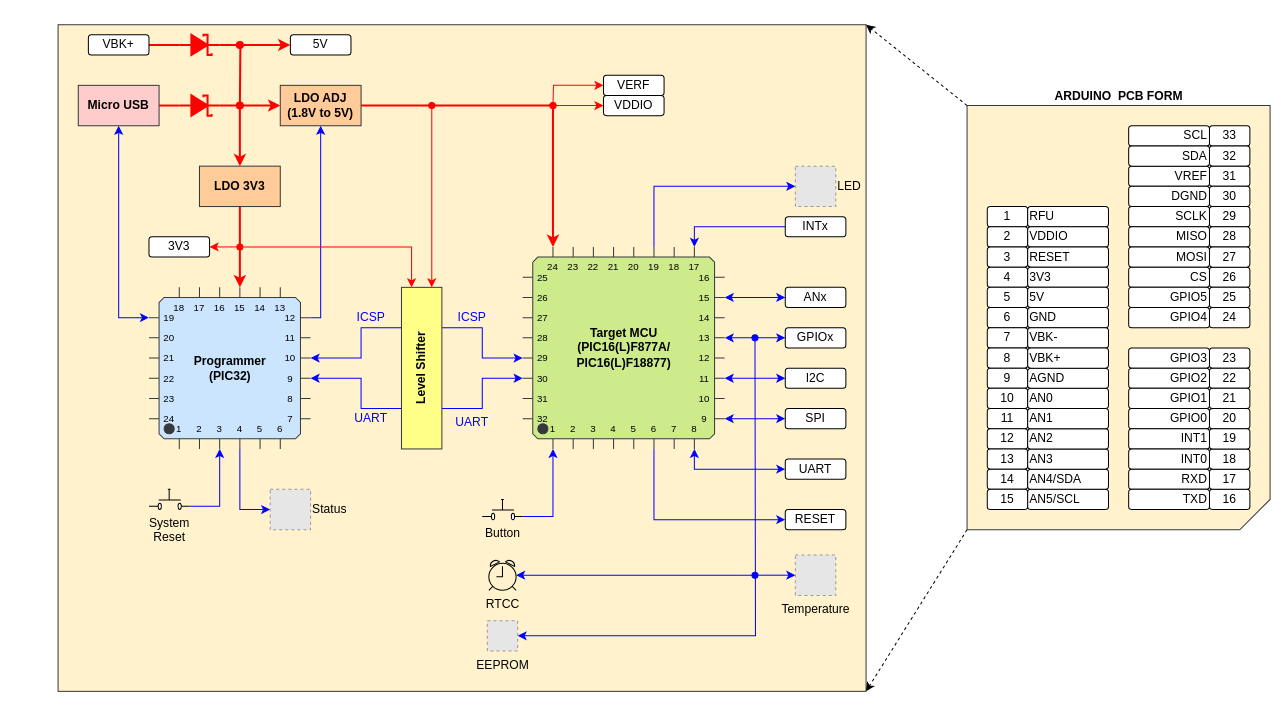
Before: Docs/Untitled Diagram.drawio in sampidevkit/PIC16FDevKit, a draw.io diagram. Source tidied: cells renumbered, new cells numbered last; positions are measured from the earlier drawing's top-left corner, leaving out a move shared by most shapes. Both pictures are drawn from the tidied source at 101%, with x=0, y=0 at pixel (58, 24). Pictures stored in the file or linked from it are replaced by grey dashed boxes.
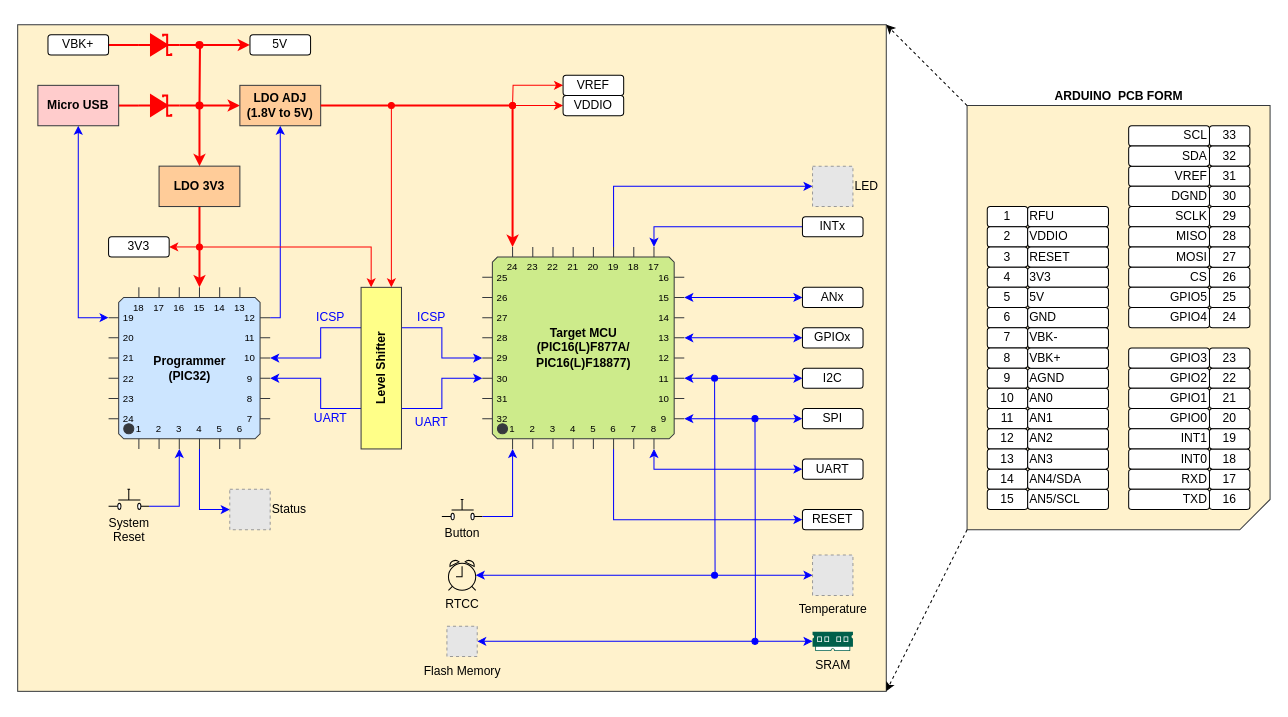
The same diagram, later.

What changed in the source:
```diff
@@
     <mxCell id="2" style="rounded=0;whiteSpace=wrap;html=1;strokeColor=#36393d;strokeWidth=1;align=center;fillColor=#FFF2CC;" parent="1" vertex="1">
-      <mxGeometry width="800" height="660" as="geometry" />
+      <mxGeometry x="-40" width="860" height="660" as="geometry" />
     </mxCell>
@@
     <mxCell id="6" style="edgeStyle=orthogonalEdgeStyle;rounded=0;jettySize=auto;html=1;exitX=1;exitY=0;exitDx=0;exitDy=90;exitPerimeter=0;entryX=0;entryY=0.75;entryDx=0;entryDy=0;startArrow=classic;startFill=1;endArrow=none;endFill=0;strokeWidth=1;strokeColor=#0000FF;" parent="1" edge="1" source="10" target="89">
       <mxGeometry relative="1" as="geometry">
         <Array as="points">
-          <mxPoint x="300" y="350" />
-          <mxPoint x="300" y="380" />
+          <mxPoint x="260" y="350" />
+          <mxPoint x="260" y="380" />
         </Array>
       </mxGeometry>
     </mxCell>
     <mxCell id="7" style="edgeStyle=orthogonalEdgeStyle;rounded=0;jettySize=auto;html=1;exitX=1;exitY=0;exitDx=0;exitDy=30;exitPerimeter=0;entryX=0.5;entryY=1;entryDx=0;entryDy=0;startArrow=none;startFill=0;endArrow=classic;endFill=1;strokeWidth=1;fontColor=#0000FF;strokeColor=#0000FF;" parent="1" edge="1" source="10" target="18">
       <mxGeometry relative="1" as="geometry">
         <Array as="points">
-          <mxPoint x="260" y="290" />
+          <mxPoint x="220" y="290" />
         </Array>
       </mxGeometry>
     </mxCell>
@@
     <mxCell id="10" value="Programmer&lt;br&gt;(PIC32)" style="shadow=0;dashed=0;align=center;html=1;strokeWidth=1;shape=mxgraph.electrical.logic_gates.qfp_ic;labelNames=a,b,c,d,e,f,g,h,i,j,k,l,m,n,o,p,q,r,s,t,u,v,w,x,y,z,a1,b1,c1,d1,e1,f1,g1,h1,i1,j1,k1,l1,m1,n1;fontStyle=1;flipV=0;flipH=0;fillColor=#cce5ff;strokeColor=#36393d;" parent="1" vertex="1">
-      <mxGeometry x="90" y="260" width="160" height="160" as="geometry" />
+      <mxGeometry x="50" y="260" width="160" height="160" as="geometry" />
     </mxCell>
@@
     <mxCell id="13" value="Micro USB" style="rounded=0;whiteSpace=wrap;html=1;fontStyle=1;fillColor=#ffcccc;strokeColor=#36393d;" parent="1" vertex="1">
-      <mxGeometry x="20" y="60" width="80" height="40" as="geometry" />
+      <mxGeometry x="-20" y="60" width="80" height="40" as="geometry" />
     </mxCell>
     <mxCell id="14" style="edgeStyle=orthogonalEdgeStyle;rounded=0;jettySize=auto;html=1;endArrow=oval;endFill=1;startArrow=classic;startFill=1;strokeColor=#FF0000;strokeWidth=2;" parent="1" edge="1" source="16">
       <mxGeometry relative="1" as="geometry">
-        <mxPoint x="180" y="80" as="targetPoint" />
+        <mxPoint x="140" y="80" as="targetPoint" />
       </mxGeometry>
     </mxCell>
@@
     <mxCell id="16" value="LDO 3V3" style="rounded=0;whiteSpace=wrap;html=1;fontStyle=1;fillColor=#ffcc99;strokeColor=#36393d;" parent="1" vertex="1">
-      <mxGeometry x="140" y="140" width="80" height="40" as="geometry" />
+      <mxGeometry x="100" y="140" width="80" height="40" as="geometry" />
     </mxCell>
     <mxCell id="17" style="edgeStyle=orthogonalEdgeStyle;rounded=0;jettySize=auto;html=1;entryX=0.75;entryY=0;entryDx=0;entryDy=0;strokeWidth=1;strokeColor=#FF0000;startArrow=oval;startFill=1;" parent="1" edge="1" target="89">
       <mxGeometry relative="1" as="geometry">
-        <mxPoint x="370" y="80" as="sourcePoint" />
+        <mxPoint x="330" y="80" as="sourcePoint" />
         <Array as="points">
-          <mxPoint x="370" y="80" />
+          <mxPoint x="330" y="80" />
         </Array>
       </mxGeometry>
     </mxCell>
     <mxCell id="18" value="LDO ADJ&lt;br&gt;(1.8V to 5V)" style="rounded=0;whiteSpace=wrap;html=1;fontStyle=1;fillColor=#ffcc99;strokeColor=#36393d;" parent="1" vertex="1">
-      <mxGeometry x="220" y="60" width="80" height="40" as="geometry" />
+      <mxGeometry x="180" y="60" width="80" height="40" as="geometry" />
     </mxCell>
@@
     <mxCell id="77" style="edgeStyle=orthogonalEdgeStyle;rounded=0;jettySize=auto;html=1;exitX=0;exitY=0;exitDx=30;exitDy=0;exitPerimeter=0;endArrow=none;endFill=0;startArrow=classic;startFill=1;strokeWidth=2;strokeColor=#FF0000;entryX=1;entryY=0.5;entryDx=0;entryDy=0;" parent="1" edge="1" source="85" target="18">
       <mxGeometry relative="1" as="geometry">
         <Array as="points">
-          <mxPoint x="490" y="80" />
+          <mxPoint x="450" y="80" />
         </Array>
       </mxGeometry>
     </mxCell>
     <mxCell id="78" style="edgeStyle=orthogonalEdgeStyle;rounded=0;jettySize=auto;html=1;exitX=0;exitY=0;exitDx=0;exitDy=110;exitPerimeter=0;entryX=1;entryY=0.25;entryDx=0;entryDy=0;startArrow=classic;startFill=1;endArrow=none;endFill=0;strokeWidth=1;strokeColor=#0000FF;" parent="1" edge="1" source="85" target="89">
       <mxGeometry relative="1" as="geometry">
         <Array as="points">
-          <mxPoint x="420" y="330" />
-          <mxPoint x="420" y="300" />
+          <mxPoint x="380" y="330" />
+          <mxPoint x="380" y="300" />
         </Array>
       </mxGeometry>
     </mxCell>
@@
     <mxCell id="85" value="Target MCU&lt;br&gt;(PIC16(L)F877A/&lt;br&gt;PIC16(L)F18877)" style="shadow=0;dashed=0;align=center;html=1;strokeWidth=1;shape=mxgraph.electrical.logic_gates.qfp_ic;labelNames=a,b,c,d,e,f,g,h,i,j,k,l,m,n,o,p,q,r,s,t,u,v,w,x,y,z,a1,b1,c1,d1,e1,f1,g1,h1,i1,j1,k1,l1,m1,n1;fontStyle=1;fillColor=#cdeb8b;strokeColor=#36393d;" parent="1" vertex="1">
-      <mxGeometry x="460" y="220" width="200" height="200" as="geometry" />
+      <mxGeometry x="420" y="220" width="200" height="200" as="geometry" />
     </mxCell>
     <mxCell id="86" style="edgeStyle=orthogonalEdgeStyle;rounded=0;jettySize=auto;html=1;exitX=0.25;exitY=0;exitDx=0;exitDy=0;endArrow=oval;endFill=1;startArrow=classic;startFill=1;strokeWidth=1;strokeColor=#FF0000;" parent="1" edge="1" source="89">
       <mxGeometry relative="1" as="geometry">
-        <mxPoint x="180" y="220" as="targetPoint" />
+        <mxPoint x="140" y="220" as="targetPoint" />
         <Array as="points">
-          <mxPoint x="350" y="220" />
+          <mxPoint x="310" y="220" />
         </Array>
       </mxGeometry>
     </mxCell>
     <mxCell id="87" style="edgeStyle=orthogonalEdgeStyle;rounded=0;jettySize=auto;html=1;exitX=0;exitY=0.25;exitDx=0;exitDy=0;entryX=1;entryY=0;entryDx=0;entryDy=70;entryPerimeter=0;startArrow=none;startFill=0;endArrow=classic;endFill=1;strokeWidth=1;strokeColor=#0000FF;" parent="1" edge="1" source="89" target="10">
       <mxGeometry relative="1" as="geometry">
         <Array as="points">
-          <mxPoint x="300" y="300" />
-          <mxPoint x="300" y="330" />
+          <mxPoint x="260" y="300" />
+          <mxPoint x="260" y="330" />
         </Array>
       </mxGeometry>
     </mxCell>
     <mxCell id="88" style="edgeStyle=orthogonalEdgeStyle;rounded=0;jettySize=auto;html=1;exitX=1;exitY=0.75;exitDx=0;exitDy=0;entryX=0;entryY=0;entryDx=0;entryDy=130;entryPerimeter=0;startArrow=none;startFill=0;endArrow=classic;endFill=1;strokeWidth=1;strokeColor=#0000FF;" parent="1" edge="1" source="89" target="85">
       <mxGeometry relative="1" as="geometry">
         <Array as="points">
-          <mxPoint x="420" y="380" />
-          <mxPoint x="420" y="350" />
+          <mxPoint x="380" y="380" />
+          <mxPoint x="380" y="350" />
         </Array>
       </mxGeometry>
     </mxCell>
     <mxCell id="89" value="Level Shifter" style="rounded=0;whiteSpace=wrap;html=1;fontStyle=1;horizontal=0;fillColor=#ffff88;strokeColor=#36393d;" parent="1" vertex="1">
-      <mxGeometry x="340" y="260" width="40" height="160" as="geometry" />
+      <mxGeometry x="300" y="260" width="40" height="160" as="geometry" />
     </mxCell>
     <mxCell id="90" style="edgeStyle=orthogonalEdgeStyle;rounded=0;jettySize=auto;html=1;endArrow=oval;endFill=1;startArrow=classic;startFill=1;strokeWidth=1;strokeColor=#FF0000;" parent="1" edge="1" source="91">
       <mxGeometry relative="1" as="geometry">
-        <mxPoint x="490" y="80" as="targetPoint" />
+        <mxPoint x="450" y="80" as="targetPoint" />
       </mxGeometry>
     </mxCell>
     <mxCell id="91" value="VDDIO" style="rounded=1;whiteSpace=wrap;html=1;align=center;" parent="1" vertex="1">
-      <mxGeometry x="540" y="70" width="60" height="20" as="geometry" />
+      <mxGeometry x="500" y="70" width="60" height="20" as="geometry" />
     </mxCell>
     <mxCell id="92" style="edgeStyle=orthogonalEdgeStyle;rounded=0;jettySize=auto;html=1;endArrow=oval;endFill=1;startArrow=classic;startFill=1;strokeWidth=1;strokeColor=#FF0000;" parent="1" edge="1" source="93">
       <mxGeometry relative="1" as="geometry">
-        <mxPoint x="490" y="80" as="targetPoint" />
+        <mxPoint x="450" y="80" as="targetPoint" />
       </mxGeometry>
     </mxCell>
-    <mxCell id="93" value="VERF" style="rounded=1;whiteSpace=wrap;html=1;align=center;" parent="1" vertex="1">
-      <mxGeometry x="540" y="50" width="60" height="20" as="geometry" />
+    <mxCell id="93" value="VREF" style="rounded=1;whiteSpace=wrap;html=1;align=center;" parent="1" vertex="1">
+      <mxGeometry x="500" y="50" width="60" height="20" as="geometry" />
     </mxCell>
     <mxCell id="94" value="ICSP" style="text;html=1;strokeColor=none;fillColor=none;align=center;verticalAlign=middle;whiteSpace=wrap;rounded=0;fontColor=#0000FF;" parent="1" vertex="1">
-      <mxGeometry x="290" y="280" width="40" height="20" as="geometry" />
+      <mxGeometry x="250" y="280" width="40" height="20" as="geometry" />
     </mxCell>
     <mxCell id="95" value="UART" style="text;html=1;strokeColor=none;fillColor=none;align=center;verticalAlign=middle;whiteSpace=wrap;rounded=0;fontColor=#0000FF;" parent="1" vertex="1">
-      <mxGeometry x="290" y="380" width="40" height="20" as="geometry" />
+      <mxGeometry x="250" y="380" width="40" height="20" as="geometry" />
     </mxCell>
     <mxCell id="96" value="UART" style="text;html=1;strokeColor=none;fillColor=none;align=center;verticalAlign=middle;whiteSpace=wrap;rounded=0;fontColor=#0000FF;" parent="1" vertex="1">
-      <mxGeometry x="390" y="384" width="40" height="20" as="geometry" />
+      <mxGeometry x="350" y="384" width="40" height="20" as="geometry" />
     </mxCell>
     <mxCell id="97" value="ICSP" style="text;html=1;strokeColor=none;fillColor=none;align=center;verticalAlign=middle;whiteSpace=wrap;rounded=0;fontColor=#0000FF;" parent="1" vertex="1">
-      <mxGeometry x="390" y="280" width="40" height="20" as="geometry" />
+      <mxGeometry x="350" y="280" width="40" height="20" as="geometry" />
     </mxCell>
     <mxCell id="98" style="edgeStyle=orthogonalEdgeStyle;rounded=0;jettySize=auto;html=1;startArrow=classic;startFill=1;endArrow=none;endFill=0;strokeWidth=1;fontColor=#0000FF;strokeColor=#FF0000;" parent="1" edge="1" source="99">
       <mxGeometry relative="1" as="geometry">
-        <mxPoint x="180" y="220" as="targetPoint" />
+        <mxPoint x="140" y="220" as="targetPoint" />
       </mxGeometry>
     </mxCell>
     <mxCell id="99" value="3V3" style="rounded=1;whiteSpace=wrap;html=1;align=center;" parent="1" vertex="1">
-      <mxGeometry x="90" y="210" width="60" height="20" as="geometry" />
+      <mxGeometry x="50" y="210" width="60" height="20" as="geometry" />
     </mxCell>
     <mxCell id="100" style="edgeStyle=orthogonalEdgeStyle;rounded=0;jettySize=auto;html=1;startArrow=classic;startFill=1;endArrow=oval;endFill=1;strokeColor=#FF0000;strokeWidth=2;fontColor=#0000FF;" parent="1" edge="1" source="101">
       <mxGeometry relative="1" as="geometry">
-        <mxPoint x="180" y="20" as="targetPoint" />
+        <mxPoint x="140" y="20" as="targetPoint" />
       </mxGeometry>
     </mxCell>
     <mxCell id="101" value="5V" style="rounded=1;whiteSpace=wrap;html=1;align=center;" parent="1" vertex="1">
-      <mxGeometry x="230" y="10" width="60" height="20" as="geometry" />
+      <mxGeometry x="190" y="10" width="60" height="20" as="geometry" />
     </mxCell>
     <mxCell id="102" style="fillColor=strokeColor;verticalLabelPosition=bottom;shadow=0;dashed=0;align=center;html=1;verticalAlign=top;shape=mxgraph.electrical.diodes.schottky_diode;fontColor=#0000FF;strokeWidth=2;strokeColor=#FF0000;" parent="1" vertex="1">
-      <mxGeometry x="120" y="70" width="40" height="20" as="geometry" />
+      <mxGeometry x="80" y="70" width="40" height="20" as="geometry" />
     </mxCell>
     <mxCell id="103" style="edgeStyle=orthogonalEdgeStyle;rounded=0;jettySize=auto;html=1;startArrow=none;startFill=0;endArrow=none;endFill=0;strokeColor=#FF0000;strokeWidth=2;fontColor=#0000FF;" parent="1" edge="1" source="104">
       <mxGeometry relative="1" as="geometry">
-        <mxPoint x="180" y="80" as="targetPoint" />
+        <mxPoint x="140" y="80" as="targetPoint" />
       </mxGeometry>
     </mxCell>
     <mxCell id="104" style="fillColor=strokeColor;verticalLabelPosition=bottom;shadow=0;dashed=0;align=center;html=1;verticalAlign=top;shape=mxgraph.electrical.diodes.schottky_diode;fontColor=#0000FF;strokeWidth=2;strokeColor=#FF0000;" parent="1" vertex="1">
-      <mxGeometry x="120" y="10" width="40" height="20" as="geometry" />
+      <mxGeometry x="80" y="10" width="40" height="20" as="geometry" />
     </mxCell>
@@
     <mxCell id="106" value="VBK+" style="rounded=1;whiteSpace=wrap;html=1;align=center;" parent="1" vertex="1">
-      <mxGeometry x="30" y="10" width="60" height="20" as="geometry" />
+      <mxGeometry x="-10" y="10" width="60" height="20" as="geometry" />
     </mxCell>
     <mxCell id="107" value="UART" style="rounded=1;whiteSpace=wrap;html=1;align=center;" parent="1" vertex="1">
-      <mxGeometry x="720" y="430" width="60" height="20" as="geometry" />
+      <mxGeometry x="737" y="430" width="60" height="20" as="geometry" />
     </mxCell>
     <mxCell id="108" value="INTx" style="rounded=1;whiteSpace=wrap;html=1;align=center;" parent="1" vertex="1">
-      <mxGeometry x="720" y="190" width="60" height="20" as="geometry" />
+      <mxGeometry x="737" y="190" width="60" height="20" as="geometry" />
     </mxCell>
     <mxCell id="109" value="ANx" style="rounded=1;whiteSpace=wrap;html=1;align=center;" parent="1" vertex="1">
-      <mxGeometry x="720" y="260" width="60" height="20" as="geometry" />
+      <mxGeometry x="737" y="260" width="60" height="20" as="geometry" />
     </mxCell>
     <mxCell id="110" value="GPIOx" style="rounded=1;whiteSpace=wrap;html=1;align=center;" parent="1" vertex="1">
-      <mxGeometry x="720" y="300" width="60" height="20" as="geometry" />
+      <mxGeometry x="737" y="300" width="60" height="20" as="geometry" />
     </mxCell>
     <mxCell id="111" value="I2C" style="rounded=1;whiteSpace=wrap;html=1;align=center;" parent="1" vertex="1">
-      <mxGeometry x="720" y="340" width="60" height="20" as="geometry" />
+      <mxGeometry x="737" y="340" width="60" height="20" as="geometry" />
     </mxCell>
     <mxCell id="112" value="SPI" style="rounded=1;whiteSpace=wrap;html=1;align=center;" parent="1" vertex="1">
-      <mxGeometry x="720" y="380" width="60" height="20" as="geometry" />
+      <mxGeometry x="737" y="380" width="60" height="20" as="geometry" />
     </mxCell>
@@
     <mxCell id="114" value="Button" style="verticalLabelPosition=bottom;shadow=0;dashed=0;align=center;html=1;verticalAlign=top;shape=mxgraph.electrical.electro-mechanical.push_switch_no;strokeWidth=1;" parent="1" vertex="1">
-      <mxGeometry x="420" y="470" width="40" height="20" as="geometry" />
+      <mxGeometry x="380" y="470" width="40" height="20" as="geometry" />
     </mxCell>
@@
     <mxCell id="116" value="RESET" style="rounded=1;whiteSpace=wrap;html=1;align=center;" parent="1" vertex="1">
-      <mxGeometry x="720" y="480" width="60" height="20" as="geometry" />
+      <mxGeometry x="737" y="480" width="60" height="20" as="geometry" />
     </mxCell>
@@
     <mxCell id="126" value="System&lt;br&gt;Reset" style="verticalLabelPosition=bottom;shadow=0;dashed=0;align=center;html=1;verticalAlign=top;shape=mxgraph.electrical.electro-mechanical.push_switch_no;strokeWidth=1;" parent="1" vertex="1">
-      <mxGeometry x="90" y="460" width="40" height="20" as="geometry" />
+      <mxGeometry x="50" y="460" width="40" height="20" as="geometry" />
     </mxCell>
@@
     <mxCell id="128" value="LED" style="fillColor=#E6E6E6;strokeColor=#999999;dashed=1;html=1;verticalAlign=middle;verticalLabelPosition=middle;labelBackgroundColor=none;fontColor=#000000;align=left;labelPosition=right;" parent="1" vertex="1">
-      <mxGeometry x="730" y="140" width="40" height="40" as="geometry" />
+      <mxGeometry x="747" y="140" width="40" height="40" as="geometry" />
     </mxCell>
     <mxCell id="129" value="Status" style="fillColor=#E6E6E6;strokeColor=#999999;dashed=1;html=1;verticalAlign=middle;verticalLabelPosition=middle;labelBackgroundColor=none;fontColor=#000000;align=left;labelPosition=right;" parent="1" vertex="1">
-      <mxGeometry x="210" y="460" width="40" height="40" as="geometry" />
+      <mxGeometry x="170" y="460" width="40" height="40" as="geometry" />
     </mxCell>
-    <mxCell id="130" style="edgeStyle=orthogonalEdgeStyle;rounded=0;jettySize=auto;html=1;startArrow=classic;startFill=1;endArrow=none;endFill=0;strokeColor=#0000FF;strokeWidth=1;fontColor=#000000;" parent="1" edge="1" source="131">
+    <mxCell id="130" style="edgeStyle=orthogonalEdgeStyle;rounded=0;jettySize=auto;html=1;startArrow=classic;startFill=1;endArrow=oval;endFill=1;strokeColor=#0000FF;strokeWidth=1;fontColor=#000000;" parent="1" edge="1" source="131">
       <mxGeometry relative="1" as="geometry">
-        <mxPoint x="690" y="545" as="targetPoint" />
+        <mxPoint x="650" y="350" as="targetPoint" />
       </mxGeometry>
     </mxCell>
     <mxCell id="131" value="RTCC" style="html=1;verticalLabelPosition=bottom;align=center;labelBackgroundColor=none;verticalAlign=top;strokeWidth=1;shadow=0;dashed=0;shape=mxgraph.ios7.icons.alarm_clock;fontColor=#000000;fillColor=none;" parent="1" vertex="1">
-      <mxGeometry x="426.5" y="530" width="27" height="30" as="geometry" />
+      <mxGeometry x="386.5" y="530" width="27" height="30" as="geometry" />
     </mxCell>
     <mxCell id="132" style="edgeStyle=orthogonalEdgeStyle;rounded=0;jettySize=auto;html=1;startArrow=classic;startFill=1;endArrow=oval;endFill=1;strokeColor=#0000FF;strokeWidth=1;fontColor=#000000;" parent="1" edge="1" source="133">
       <mxGeometry relative="1" as="geometry">
-        <mxPoint x="690" y="545" as="targetPoint" />
+        <mxPoint x="650" y="545" as="targetPoint" />
       </mxGeometry>
     </mxCell>
     <mxCell id="133" value="Temperature" style="fillColor=#E6E6E6;strokeColor=#999999;dashed=1;html=1;verticalAlign=top;verticalLabelPosition=bottom;labelBackgroundColor=none;fontColor=#000000;align=center;" parent="1" vertex="1">
-      <mxGeometry x="730" y="525" width="40" height="40" as="geometry" />
+      <mxGeometry x="747" y="525" width="40" height="40" as="geometry" />
     </mxCell>
-    <mxCell id="134" style="edgeStyle=orthogonalEdgeStyle;rounded=0;jettySize=auto;html=1;startArrow=classic;startFill=1;endArrow=oval;endFill=1;strokeColor=#0000FF;strokeWidth=1;fontColor=#000000;" parent="1" edge="1" source="135">
-      <mxGeometry relative="1" as="geometry">
-        <mxPoint x="690" y="310" as="targetPoint" />
-      </mxGeometry>
-    </mxCell>
+    <mxCell id="136" style="edgeStyle=orthogonalEdgeStyle;rounded=0;jettySize=auto;html=1;endArrow=oval;endFill=1;strokeColor=#0000FF;startArrow=classic;startFill=1;" parent="1" edge="1" source="135">
+      <mxGeometry relative="1" as="geometry">
+        <mxPoint x="690" y="390" as="targetPoint" />
+      </mxGeometry>
+    </mxCell>
-    <mxCell id="135" value="EEPROM" style="fillColor=#E6E6E6;strokeColor=#999999;dashed=1;html=1;verticalAlign=top;verticalLabelPosition=bottom;labelBackgroundColor=none;fontColor=#000000;align=center;" parent="1" vertex="1">
-      <mxGeometry x="425" y="590" width="30" height="30" as="geometry" />
+    <mxCell id="135" value="Flash Memory" style="fillColor=#E6E6E6;strokeColor=#999999;dashed=1;html=1;verticalAlign=top;verticalLabelPosition=bottom;labelBackgroundColor=none;fontColor=#000000;align=center;" parent="1" vertex="1">
+      <mxGeometry x="385" y="595.5" width="30" height="30" as="geometry" />
     </mxCell>
+    <mxCell id="137" style="edgeStyle=orthogonalEdgeStyle;rounded=0;jettySize=auto;html=1;endArrow=oval;endFill=1;strokeColor=#0000FF;startArrow=classic;startFill=1;" parent="1" edge="1" source="138">
+      <mxGeometry relative="1" as="geometry">
+        <mxPoint x="690" y="610.5" as="targetPoint" />
+      </mxGeometry>
+    </mxCell>
+    <mxCell id="138" value="SRAM" style="shadow=0;dashed=0;html=1;strokeColor=none;fillColor=#005F4B;labelPosition=center;verticalLabelPosition=bottom;verticalAlign=top;align=center;outlineConnect=0;shape=mxgraph.veeam2.ram;" parent="1" vertex="1">
+      <mxGeometry x="747" y="601" width="40" height="19" as="geometry" />
+    </mxCell>
```
